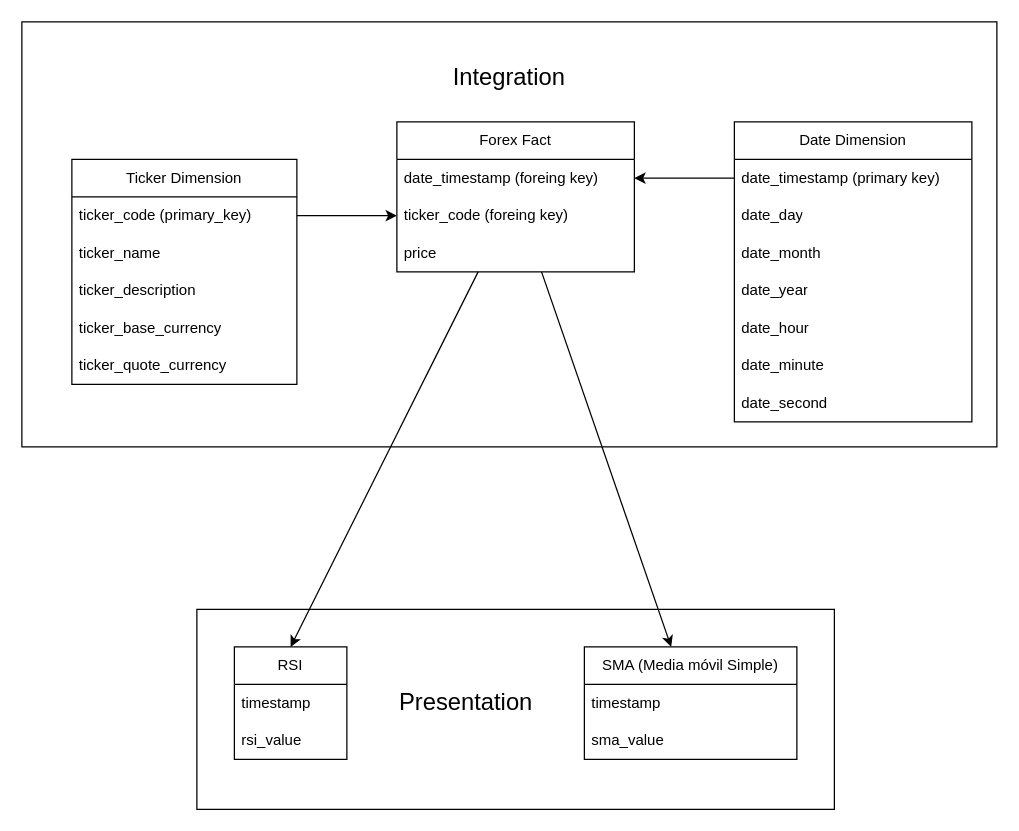
pabloaguilarv/pruebatecnicanequi keeps this draw.io diagram as docs/map.drawio. Above is the earlier version. Source tidied: cells renumbered, new cells numbered last; positions are measured from the earlier drawing's top-left corner, leaving out a move shared by most shapes. Both pictures are drawn from the tidied source at 125%, with x=0, y=0 at pixel (21, 21).
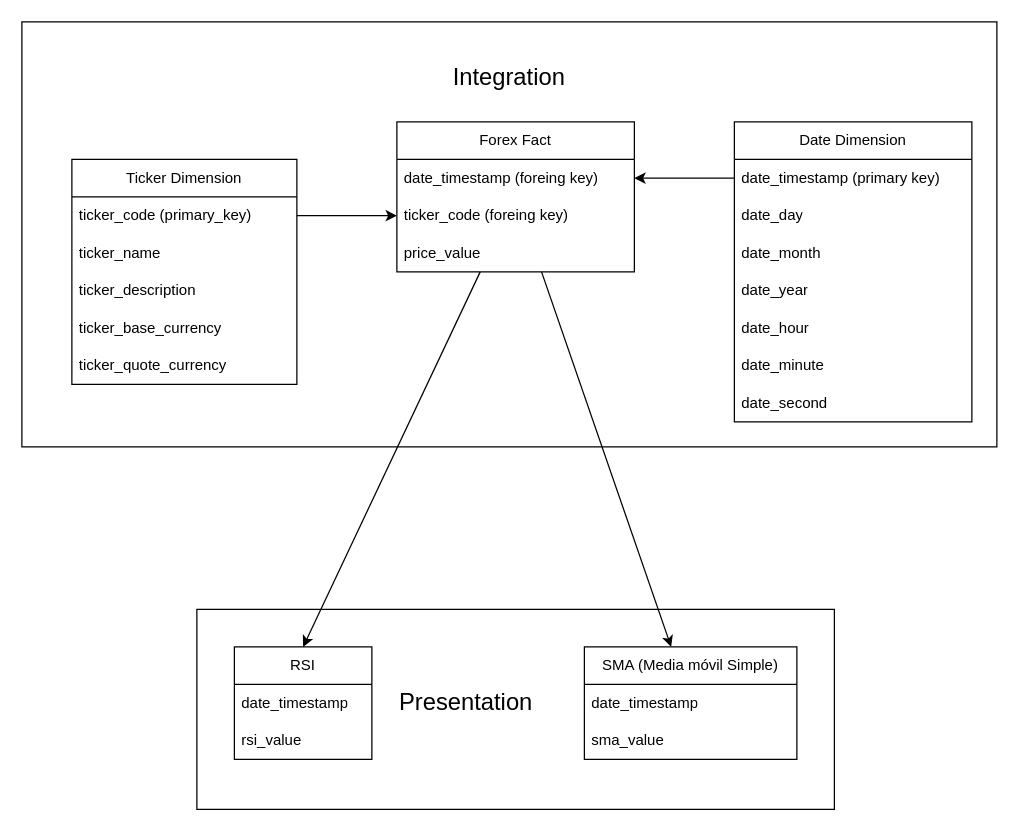
After the change.

Unchanged cells that the change refers to:
```xml
<mxCell id="18" value="Forex Fact" style="swimlane;fontStyle=0;horizontal=1;startSize=30;whiteSpace=wrap;html=1;" parent="1" vertex="1">
  <mxGeometry x="300" y="80" width="190" height="120" as="geometry" />
</mxCell>
<mxCell id="28" value="SMA (Media móvil Simple)" style="swimlane;fontStyle=0;horizontal=1;startSize=30;whiteSpace=wrap;html=1;" parent="1" vertex="1">
  <mxGeometry x="450" y="500" width="170" height="90" as="geometry" />
</mxCell>
```

The edit, as a diff of the source:
```diff
@@
+    <mxCell id="32" style="rounded=0;whiteSpace=wrap;html=1;fillColor=none;" parent="1" vertex="1">
+      <mxGeometry width="780" height="340" as="geometry" />
+    </mxCell>
@@
-    <mxCell id="21" value="price" style="text;strokeColor=none;fillColor=none;align=left;verticalAlign=middle;spacingLeft=4;spacingRight=4;overflow=hidden;whiteSpace=wrap;html=1;" parent="18" vertex="1">
+    <mxCell id="21" value="price_value" style="text;strokeColor=none;fillColor=none;align=left;verticalAlign=middle;spacingLeft=4;spacingRight=4;overflow=hidden;whiteSpace=wrap;html=1;" parent="18" vertex="1">
       <mxGeometry y="90" width="190" height="30" as="geometry" />
     </mxCell>
@@
     <mxCell id="25" value="RSI" style="swimlane;fontStyle=0;horizontal=1;startSize=30;whiteSpace=wrap;html=1;" parent="1" vertex="1">
-      <mxGeometry x="170" y="500" width="90" height="90" as="geometry" />
+      <mxGeometry x="170" y="500" width="110" height="90" as="geometry" />
     </mxCell>
-    <mxCell id="26" value="timestamp" style="text;strokeColor=none;fillColor=none;align=left;verticalAlign=middle;spacingLeft=4;spacingRight=4;overflow=hidden;whiteSpace=wrap;html=1;" parent="25" vertex="1">
-      <mxGeometry y="30" width="90" height="30" as="geometry" />
+    <mxCell id="26" value="date_timestamp" style="text;strokeColor=none;fillColor=none;align=left;verticalAlign=middle;spacingLeft=4;spacingRight=4;overflow=hidden;whiteSpace=wrap;html=1;" parent="25" vertex="1">
+      <mxGeometry y="30" width="110" height="30" as="geometry" />
     </mxCell>
     <mxCell id="27" value="rsi_value" style="text;strokeColor=none;fillColor=none;align=left;verticalAlign=middle;spacingLeft=4;spacingRight=4;overflow=hidden;whiteSpace=wrap;html=1;" parent="25" vertex="1">
-      <mxGeometry y="60" width="90" height="30" as="geometry" />
+      <mxGeometry y="60" width="110" height="30" as="geometry" />
     </mxCell>
@@
-    <mxCell id="29" value="timestamp" style="text;strokeColor=none;fillColor=none;align=left;verticalAlign=middle;spacingLeft=4;spacingRight=4;overflow=hidden;whiteSpace=wrap;html=1;" parent="28" vertex="1">
+    <mxCell id="29" value="date_timestamp" style="text;strokeColor=none;fillColor=none;align=left;verticalAlign=middle;spacingLeft=4;spacingRight=4;overflow=hidden;whiteSpace=wrap;html=1;" parent="28" vertex="1">
       <mxGeometry y="30" width="170" height="30" as="geometry" />
     </mxCell>
@@
-    <mxCell id="32" style="rounded=0;whiteSpace=wrap;html=1;fillColor=none;" parent="1" vertex="1">
-      <mxGeometry width="780" height="340" as="geometry" />
-    </mxCell>
```
